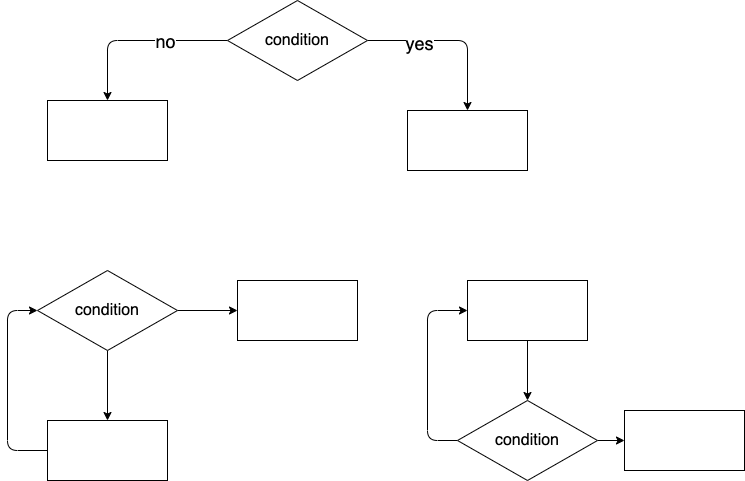
The draw.io diagram ex000.drawio.png in Alchor/practice_1, before a commit. Source tidied: cells renumbered, new cells last; positions are measured from the earlier drawing's top-left corner, leaving out a move shared by most shapes. The source it was exported from:
```xml
<mxGraphModel>
  <root>
    <mxCell id="0" />
    <mxCell id="1" parent="0" />
    <mxCell id="2" style="edgeStyle=none;html=1;entryX=0.5;entryY=0;entryDx=0;entryDy=0;fontSize=18;" parent="1" edge="1" source="6" target="7">
      <mxGeometry relative="1" as="geometry">
        <Array as="points">
          <mxPoint x="460" y="40" />
        </Array>
      </mxGeometry>
    </mxCell>
    <mxCell id="3" value="yes" style="edgeLabel;html=1;align=center;verticalAlign=middle;fontSize=18;" parent="2" vertex="1">
      <mxGeometry x="-0.4" y="-2" relative="1" as="geometry" />
    </mxCell>
    <mxCell id="4" style="edgeStyle=none;html=1;exitX=0;exitY=0.5;exitDx=0;exitDy=0;entryX=0.5;entryY=0;entryDx=0;entryDy=0;fontSize=18;" parent="1" edge="1" source="6" target="8">
      <mxGeometry relative="1" as="geometry">
        <Array as="points">
          <mxPoint x="100" y="40" />
        </Array>
      </mxGeometry>
    </mxCell>
    <mxCell id="5" value="no" style="edgeLabel;html=1;align=center;verticalAlign=middle;fontSize=18;" parent="4" vertex="1">
      <mxGeometry x="-0.3" relative="1" as="geometry" />
    </mxCell>
    <mxCell id="6" value="&lt;font size=&quot;3&quot;&gt;condition&lt;br&gt;&lt;/font&gt;" style="rhombus;whiteSpace=wrap;html=1;" parent="1" vertex="1">
      <mxGeometry x="220" width="140" height="80" as="geometry" />
    </mxCell>
    <mxCell id="7" style="rounded=0;whiteSpace=wrap;html=1;fontSize=18;" parent="1" vertex="1">
      <mxGeometry x="400" y="110" width="120" height="60" as="geometry" />
    </mxCell>
    <mxCell id="8" style="rounded=0;whiteSpace=wrap;html=1;fontSize=18;" parent="1" vertex="1">
      <mxGeometry x="40" y="100" width="120" height="60" as="geometry" />
    </mxCell>
    <mxCell id="9" style="edgeStyle=none;html=1;entryX=0.5;entryY=0;entryDx=0;entryDy=0;fontSize=18;" parent="1" edge="1" source="11" target="14">
      <mxGeometry relative="1" as="geometry" />
    </mxCell>
    <mxCell id="10" style="edgeStyle=none;html=1;fontSize=18;" parent="1" edge="1" source="11" target="12">
      <mxGeometry relative="1" as="geometry" />
    </mxCell>
    <mxCell id="11" value="&lt;font size=&quot;3&quot;&gt;condition&lt;br&gt;&lt;/font&gt;" style="rhombus;whiteSpace=wrap;html=1;" parent="1" vertex="1">
      <mxGeometry x="30" y="270" width="140" height="80" as="geometry" />
    </mxCell>
    <mxCell id="12" style="rounded=0;whiteSpace=wrap;html=1;fontSize=18;" parent="1" vertex="1">
      <mxGeometry x="230" y="280" width="120" height="60" as="geometry" />
    </mxCell>
    <mxCell id="13" style="edgeStyle=none;html=1;entryX=0;entryY=0.5;entryDx=0;entryDy=0;fontSize=18;" parent="1" edge="1" source="14" target="11">
      <mxGeometry relative="1" as="geometry">
        <Array as="points">
          <mxPoint y="450" />
          <mxPoint y="310" />
        </Array>
      </mxGeometry>
    </mxCell>
    <mxCell id="14" style="rounded=0;whiteSpace=wrap;html=1;fontSize=18;" parent="1" vertex="1">
      <mxGeometry x="40" y="420" width="120" height="60" as="geometry" />
    </mxCell>
    <mxCell id="15" style="edgeStyle=none;html=1;entryX=0;entryY=0.5;entryDx=0;entryDy=0;fontSize=18;" parent="1" edge="1" source="17" target="19">
      <mxGeometry relative="1" as="geometry">
        <Array as="points">
          <mxPoint x="420" y="440" />
          <mxPoint x="420" y="310" />
        </Array>
      </mxGeometry>
    </mxCell>
    <mxCell id="16" style="edgeStyle=none;html=1;fontSize=18;" parent="1" edge="1" source="17" target="20">
      <mxGeometry relative="1" as="geometry" />
    </mxCell>
    <mxCell id="17" value="&lt;font size=&quot;3&quot;&gt;condition&lt;br&gt;&lt;/font&gt;" style="rhombus;whiteSpace=wrap;html=1;" parent="1" vertex="1">
      <mxGeometry x="450" y="400" width="140" height="80" as="geometry" />
    </mxCell>
    <mxCell id="18" style="edgeStyle=none;html=1;entryX=0.5;entryY=0;entryDx=0;entryDy=0;fontSize=18;" parent="1" edge="1" source="19" target="17">
      <mxGeometry relative="1" as="geometry" />
    </mxCell>
    <mxCell id="19" style="rounded=0;whiteSpace=wrap;html=1;fontSize=18;" parent="1" vertex="1">
      <mxGeometry x="460" y="280" width="120" height="60" as="geometry" />
    </mxCell>
    <mxCell id="20" style="rounded=0;whiteSpace=wrap;html=1;fontSize=18;" parent="1" vertex="1">
      <mxGeometry x="617" y="410" width="120" height="60" as="geometry" />
    </mxCell>
  </root>
</mxGraphModel>
```
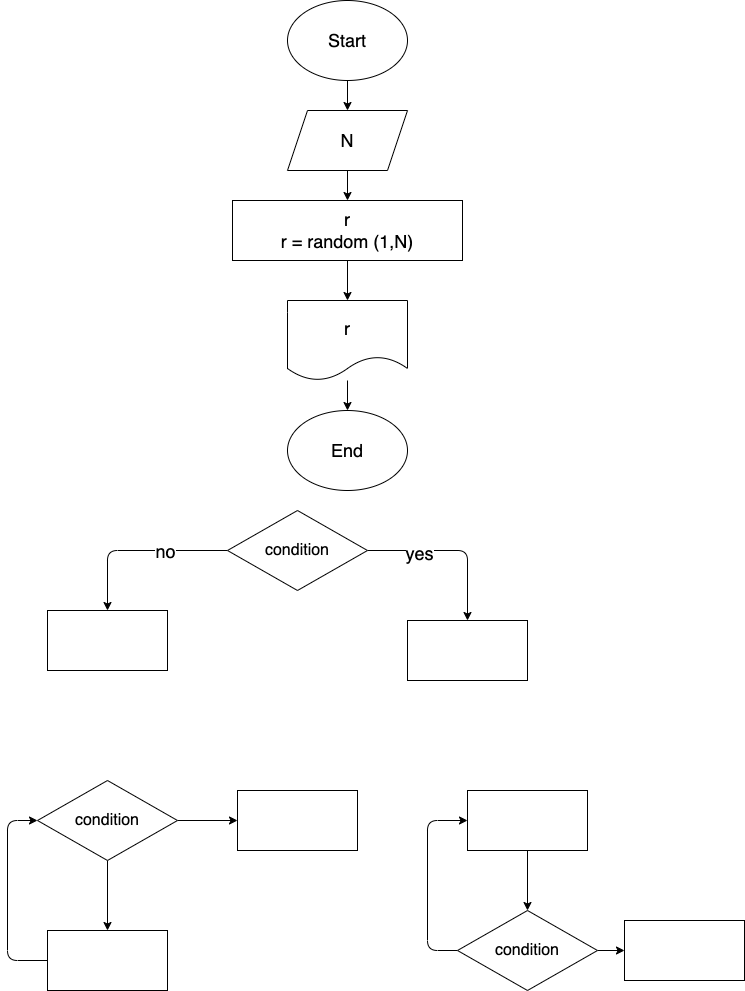
Later version of the same file.

Commit message:
добавлена задачка

Change to the diagram source:
```diff
@@ -77,5 +77,32 @@
     <mxCell id="20" style="rounded=0;whiteSpace=wrap;html=1;fontSize=18;" parent="1" vertex="1">
       <mxGeometry x="617" y="410" width="120" height="60" as="geometry" />
     </mxCell>
+    <mxCell id="21" style="edgeStyle=none;html=1;fontSize=18;" parent="1" edge="1" source="22" target="26">
+      <mxGeometry relative="1" as="geometry" />
+    </mxCell>
+    <mxCell id="22" value="Start" style="ellipse;whiteSpace=wrap;html=1;fontSize=18;" parent="1" vertex="1">
+      <mxGeometry x="280" y="-510" width="120" height="80" as="geometry" />
+    </mxCell>
+    <mxCell id="23" style="edgeStyle=none;html=1;fontSize=18;" parent="1" edge="1" source="24" target="28">
+      <mxGeometry relative="1" as="geometry" />
+    </mxCell>
+    <mxCell id="24" value="r&lt;br&gt;r = random (1,N)" style="rounded=0;whiteSpace=wrap;html=1;fontSize=18;" parent="1" vertex="1">
+      <mxGeometry x="225" y="-310" width="230" height="60" as="geometry" />
+    </mxCell>
+    <mxCell id="25" style="edgeStyle=none;html=1;fontSize=18;" parent="1" edge="1" source="26" target="24">
+      <mxGeometry relative="1" as="geometry" />
+    </mxCell>
+    <mxCell id="26" value="N" style="shape=parallelogram;perimeter=parallelogramPerimeter;whiteSpace=wrap;html=1;fixedSize=1;fontSize=18;" parent="1" vertex="1">
+      <mxGeometry x="280" y="-400" width="120" height="60" as="geometry" />
+    </mxCell>
+    <mxCell id="27" style="edgeStyle=none;html=1;fontSize=18;" parent="1" edge="1" source="28" target="29">
+      <mxGeometry relative="1" as="geometry" />
+    </mxCell>
+    <mxCell id="28" value="r" style="shape=document;whiteSpace=wrap;html=1;boundedLbl=1;fontSize=18;" parent="1" vertex="1">
+      <mxGeometry x="280" y="-210" width="120" height="80" as="geometry" />
+    </mxCell>
+    <mxCell id="29" value="End" style="ellipse;whiteSpace=wrap;html=1;fontSize=18;" parent="1" vertex="1">
+      <mxGeometry x="280" y="-100" width="120" height="80" as="geometry" />
+    </mxCell>
   </root>
 </mxGraphModel>
```
